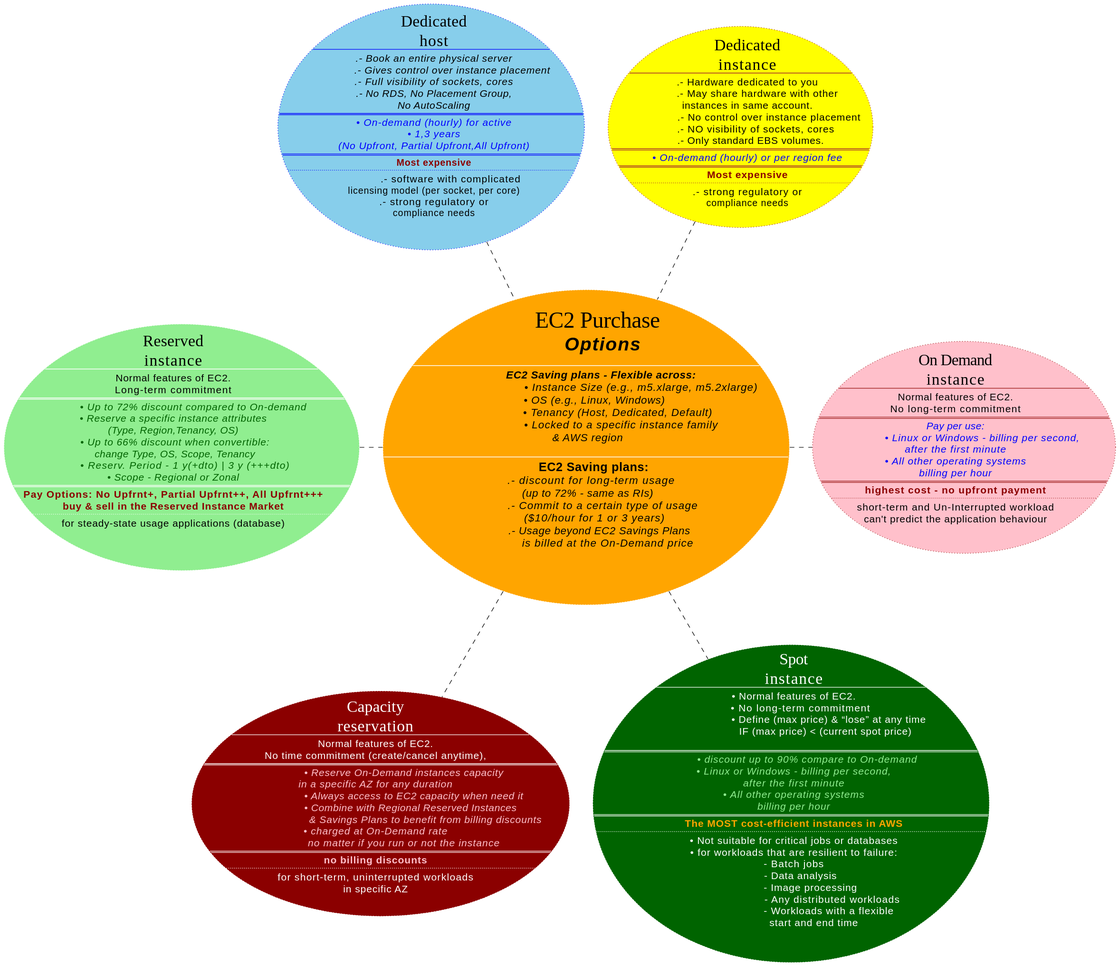
This is assets/uml/003-ec2/ec2-purchase-options.svg from avall/AWS-SAA-C03, a PlantUML export, as it was before one commit.
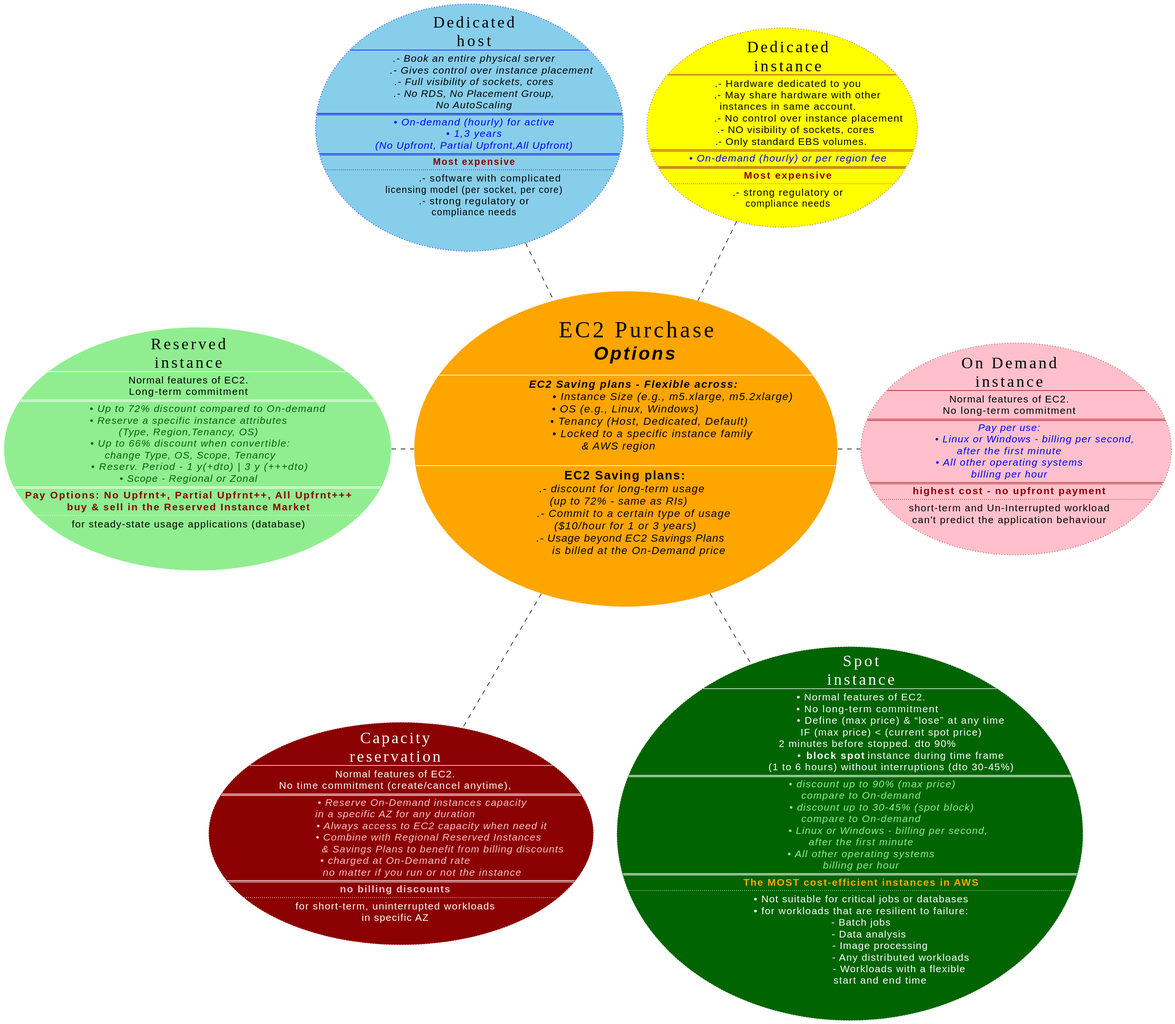
The same file after the commit.

Commit message:
- EC2 spot instances

What changed in the source:
```diff
@@ -4,7 +4,7 @@
   <i><size:28><b>     Options</b></size></i>
 
   ----
-  <b><i><size:16>        EC2 Saving plans - Flexible across:
+<b><i><size:16>        EC2 Saving plans - Flexible across:
 <i><size:16>                                • Instance Size (e.g., m5.xlarge, m5.2xlarge)
 <i><size:16>    • OS (e.g., Linux, Windows)
 <i><size:16>                  • Tenancy (Host, Dedicated, Default)
@@ -112,12 +112,17 @@
 ----
 <size:15>• Normal features of EC2.
 <size:15>    • No long-term commitment
-<size:15>                     • Define (max price) & “lose” at any time
+<size:15>                         • Define (max price) & “lose” at any time
 <size:15>                   IF (max price) < (current spot price)
-
+<size:15>    2 minutes before stopped. dto 90%
+<size:15>                         • <b>block spot</b> instance during time frame
+<size:15>                   (1 to 6 hours) without interruptions (dto 30-45%)
 ====
-<i><size:15><color:lightgreen>        • discount up to 90% compare to On-demand
-<i><size:15><color:lightgreen>• Linux or Windows - billing per second,
+<i><size:15><color:lightgreen>        • discount up to 90% (max price)
+<i><size:15><color:lightgreen>compare to On-demand
+<i><size:15><color:lightgreen>              • discount up to 30-45% (spot block)
+<i><size:15><color:lightgreen>compare to On-demand
+<i><size:15><color:lightgreen>                 • Linux or Windows - billing per second,
 <i><size:15><color:lightgreen>after the first minute
 <i><size:15><color:lightgreen>• All other operating systems
 <i><size:15><color:lightgreen>billing per hour
@@ -127,10 +132,10 @@
 <size:15>• Not suitable for critical jobs or databases
 <size:15>• for workloads that are resilient to failure:
 <size:15>- Batch jobs
-<size:15>    - Data analysis
-<size:15>          - Image processing
-<size:15>                       - Any distributed workloads
-<size:15>                     - Workloads with a flexible
+<size:15>     - Data analysis
+<size:15>            - Image processing
+<size:15>                         - Any distributed workloads
+<size:15>                        - Workloads with a flexible
 <size:15>            start and end time
 ]
 
```
